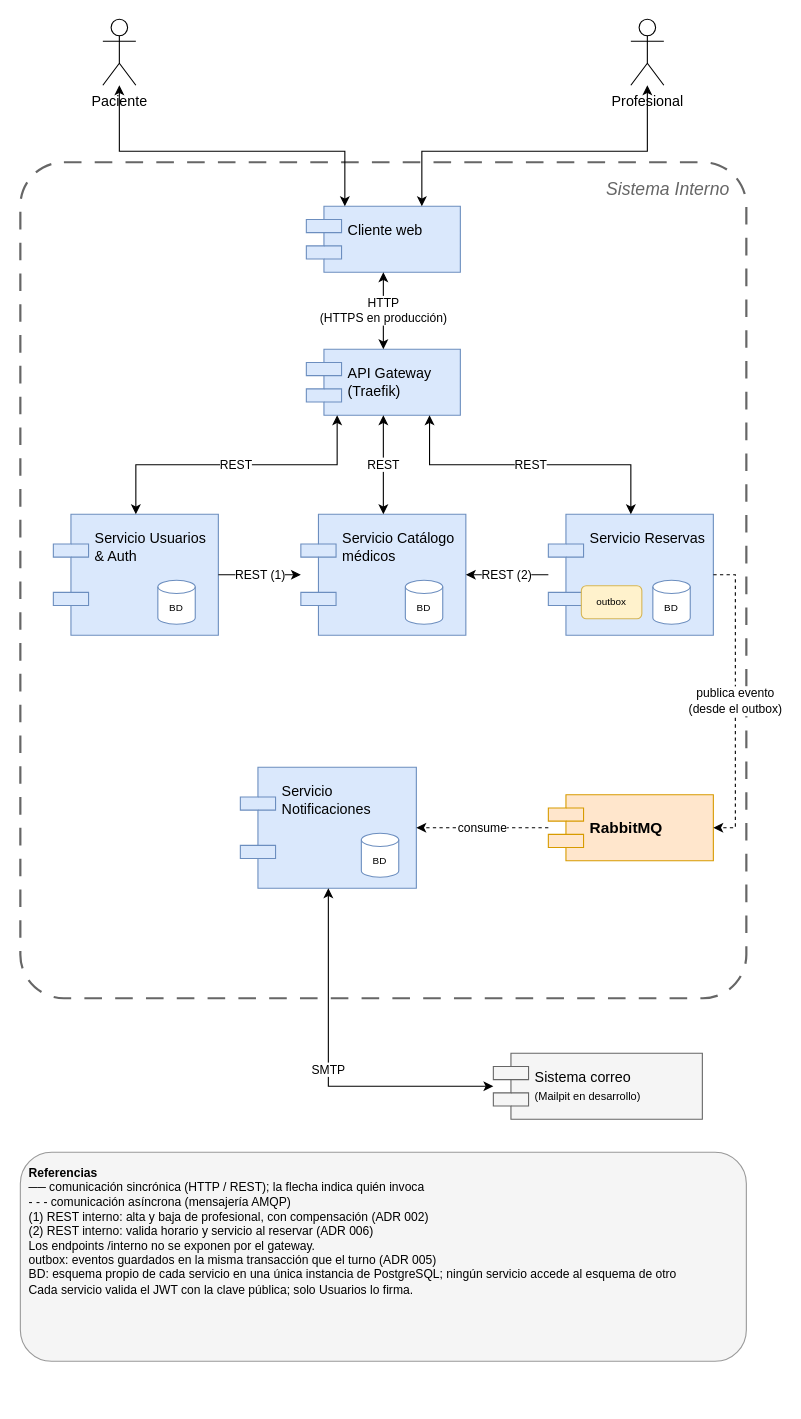
This is docs/diagramas/arquitectura.drawio from PaoloPortugal/Sistemas-Distribuidos, a draw.io file, before an edit. Source tidied: cells renumbered, new cells numbered last; positions are measured from the earlier drawing's top-left corner, leaving out a move shared by most shapes. Both pictures are drawn from the tidied source at 110%, with x=0, y=0 at pixel (20, 19).
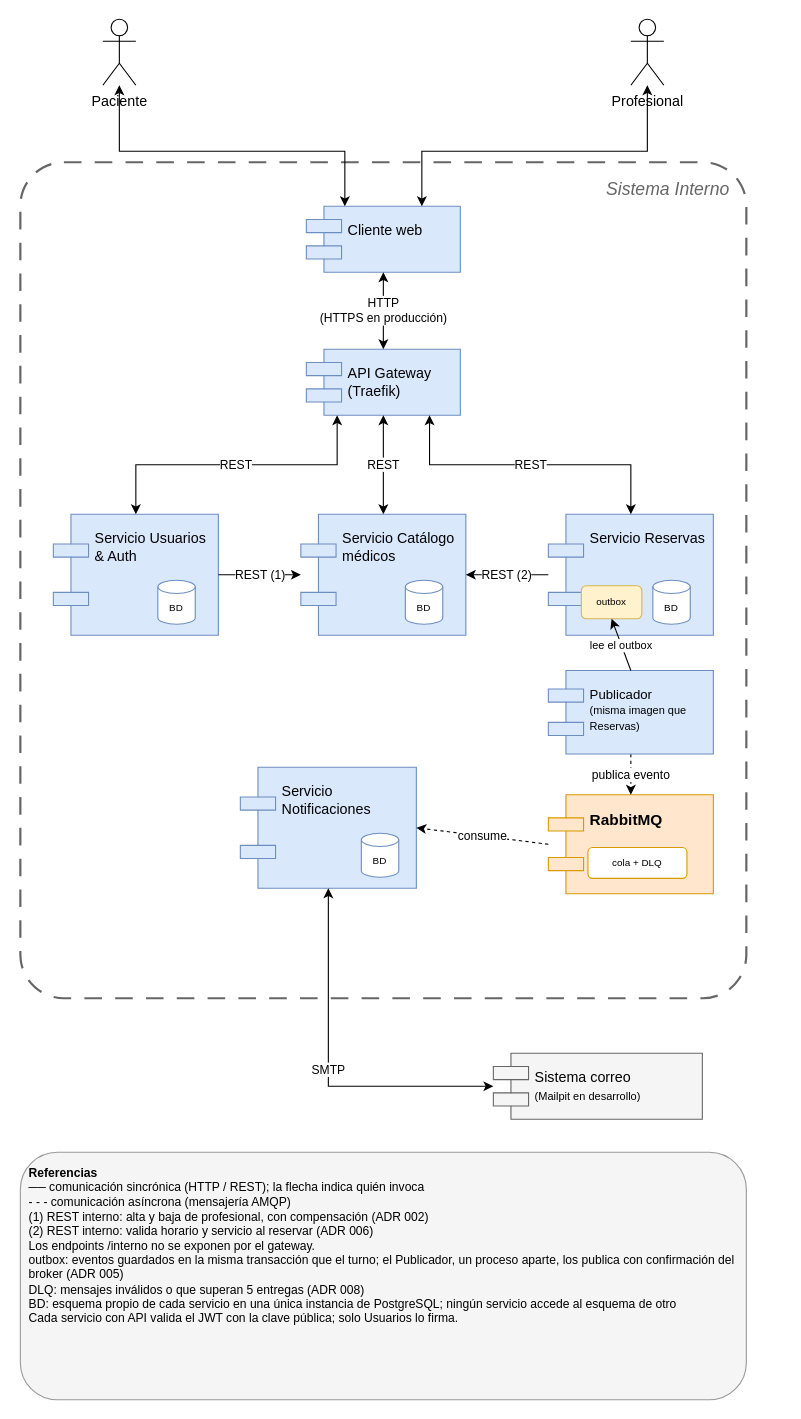
Above is the later version.

Unchanged cells that the change refers to:
```xml
<mxCell id="11" value="Servicio Reservas" style="shape=component;align=left;spacingLeft=36;verticalAlign=top;spacingTop=8;whiteSpace=wrap;html=1;fontSize=13;fillColor=#dae8fc;strokeColor=#6c8ebf;" parent="1" vertex="1">
  <mxGeometry x="480" y="450" width="150" height="110" as="geometry" />
</mxCell>
<mxCell id="29" value="outbox" style="rounded=1;whiteSpace=wrap;html=1;fontSize=9;fillColor=#fff2cc;strokeColor=#d6b656;" parent="11" vertex="1">
  <mxGeometry x="30" y="65" width="55" height="30" as="geometry" />
</mxCell>
```

Diff of the diagram source:
```diff
@@
-    <mxCell id="15" value="RabbitMQ" style="shape=component;align=left;spacingLeft=36;whiteSpace=wrap;html=1;fontSize=14;fontStyle=1;fillColor=#ffe6cc;strokeColor=#d79b00;" parent="1" vertex="1">
-      <mxGeometry x="480" y="705" width="150" height="60" as="geometry" />
+    <mxCell id="15" value="RabbitMQ" style="shape=component;align=left;spacingLeft=36;whiteSpace=wrap;html=1;fontSize=14;fontStyle=1;fillColor=#ffe6cc;strokeColor=#d79b00;verticalAlign=top;spacingTop=8;" parent="1" vertex="1">
+      <mxGeometry x="480" y="705" width="150" height="90" as="geometry" />
     </mxCell>
@@
-    <mxCell id="24" value="publica evento&lt;br&gt;(desde el outbox)" style="html=1;rounded=0;fontSize=11;labelBackgroundColor=default;dashed=1;endArrow=classic;edgeStyle=orthogonalEdgeStyle;exitX=1;exitY=0.5;entryX=1;entryY=0.5;" parent="1" edge="1" source="11" target="15">
-      <mxGeometry relative="1" as="geometry">
-        <Array as="points">
-          <mxPoint x="650" y="505" />
-          <mxPoint x="650" y="735" />
-        </Array>
-      </mxGeometry>
+    <mxCell id="24" value="publica evento" style="html=1;rounded=0;fontSize=11;labelBackgroundColor=default;dashed=1;endArrow=classic;exitX=0.5;exitY=1;entryX=0.5;entryY=0;" parent="1" edge="1" source="30" target="15">
+      <mxGeometry relative="1" as="geometry" />
     </mxCell>
@@
-    <mxCell id="27" value="&lt;b&gt;Referencias&lt;/b&gt;&lt;br&gt;── comunicación sincrónica (HTTP / REST); la flecha indica quién invoca&lt;br&gt;- - - comunicación asíncrona (mensajería AMQP)&lt;br&gt;(1) REST interno: alta y baja de profesional, con compensación (ADR 002)&lt;br&gt;(2) REST interno: valida horario y servicio al reservar (ADR 006)&lt;br&gt;Los endpoints /interno no se exponen por el gateway.&lt;br&gt;outbox: eventos guardados en la misma transacción que el turno (ADR 005)&lt;br&gt;BD: esquema propio de cada servicio en una única instancia de PostgreSQL; ningún servicio accede al esquema de otro&lt;br&gt;Cada servicio valida el JWT con la clave pública; solo Usuarios lo firma." style="text;html=1;align=left;verticalAlign=top;whiteSpace=wrap;strokeColor=#999999;fillColor=#F5F5F5;rounded=1;spacing=8;fontSize=11;" parent="1" vertex="1">
-      <mxGeometry y="1030" width="660" height="190" as="geometry" />
+    <mxCell id="27" value="&lt;b&gt;Referencias&lt;/b&gt;&lt;br&gt;── comunicación sincrónica (HTTP / REST); la flecha indica quién invoca&lt;br&gt;- - - comunicación asíncrona (mensajería AMQP)&lt;br&gt;(1) REST interno: alta y baja de profesional, con compensación (ADR 002)&lt;br&gt;(2) REST interno: valida horario y servicio al reservar (ADR 006)&lt;br&gt;Los endpoints /interno no se exponen por el gateway.&lt;br&gt;outbox: eventos guardados en la misma transacción que el turno; el Publicador, un proceso aparte, los publica con confirmación del broker (ADR 005)&lt;br&gt;DLQ: mensajes inválidos o que superan 5 entregas (ADR 008)&lt;br&gt;BD: esquema propio de cada servicio en una única instancia de PostgreSQL; ningún servicio accede al esquema de otro&lt;br&gt;Cada servicio con API valida el JWT con la clave pública; solo Usuarios lo firma." style="text;html=1;align=left;verticalAlign=top;whiteSpace=wrap;strokeColor=#999999;fillColor=#F5F5F5;rounded=1;spacing=8;fontSize=11;" parent="1" vertex="1">
+      <mxGeometry y="1030" width="660" height="225" as="geometry" />
     </mxCell>
@@
+    <mxCell id="30" value="Publicador&lt;br&gt;&lt;font style=&quot;font-size:10px&quot;&gt;(misma imagen que Reservas)&lt;/font&gt;" style="shape=component;align=left;spacingLeft=36;verticalAlign=top;spacingTop=8;whiteSpace=wrap;html=1;fontSize=12;fillColor=#dae8fc;strokeColor=#6c8ebf;" parent="1" vertex="1">
+      <mxGeometry x="480" y="592" width="150" height="76" as="geometry" />
+    </mxCell>
+    <mxCell id="31" value="cola + DLQ" style="rounded=1;whiteSpace=wrap;html=1;fontSize=9;fillColor=#ffffff;strokeColor=#d79b00;" parent="15" vertex="1">
+      <mxGeometry x="36" y="48" width="90" height="28" as="geometry" />
+    </mxCell>
+    <mxCell id="32" value="lee el outbox" style="html=1;rounded=0;fontSize=10;labelBackgroundColor=default;endArrow=classic;exitX=0.5;exitY=0;entryX=0.5;entryY=1;" parent="1" edge="1" source="30" target="29">
+      <mxGeometry relative="1" as="geometry" />
+    </mxCell>
```
